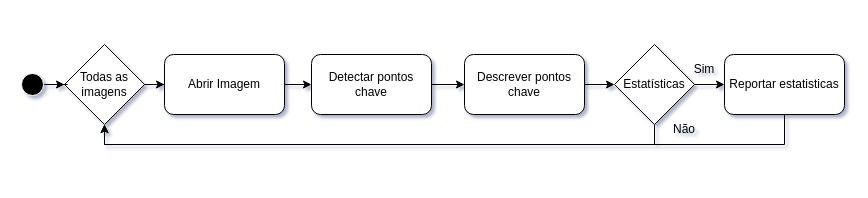
Earlier version of the draw.io diagram page "Fluxo_imagens" (3 of 6) of Untitled Diagram.drawio (tatorj/Tcc). Source tidied: cells renumbered, new cells numbered last; positions are measured from the earlier drawing's top-left corner, leaving out a move shared by most shapes. Both pictures are drawn from the tidied source at 100%, with x=0, y=0 at pixel (17, 44).
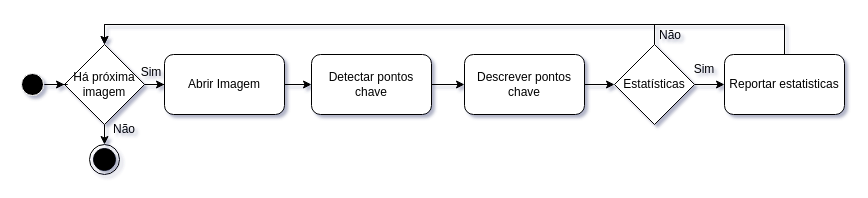
The same page after the edit.

The change refers to these unchanged cells:
```xml
<mxCell id="9" value="Reportar estatisticas" style="rounded=1;whiteSpace=wrap;html=1;" parent="1" vertex="1">
  <mxGeometry x="707" y="10" width="120" height="60" as="geometry" />
</mxCell>
<mxCell id="12" value="Estatísticas" style="rhombus;whiteSpace=wrap;html=1;" parent="1" vertex="1">
  <mxGeometry x="597" width="80" height="80" as="geometry" />
</mxCell>
```

Diff of the diagram source:
```diff
@@
-    <mxCell id="8" style="edgeStyle=orthogonalEdgeStyle;rounded=0;jettySize=auto;html=1;exitX=0.5;exitY=1;exitDx=0;exitDy=0;entryX=0.5;entryY=1;entryDx=0;entryDy=0;" parent="1" edge="1" source="9" target="14">
-      <mxGeometry relative="1" as="geometry" />
+    <mxCell id="8" style="edgeStyle=orthogonalEdgeStyle;rounded=0;jettySize=auto;html=1;exitX=0.5;exitY=0;exitDx=0;exitDy=0;entryX=0.5;entryY=0;entryDx=0;entryDy=0;" parent="1" edge="1" source="9" target="14">
+      <mxGeometry relative="1" as="geometry">
+        <Array as="points">
+          <mxPoint x="767" y="-20" />
+          <mxPoint x="87" y="-20" />
+        </Array>
+      </mxGeometry>
     </mxCell>
@@
-    <mxCell id="11" style="edgeStyle=orthogonalEdgeStyle;rounded=0;jettySize=auto;html=1;exitX=0.5;exitY=1;exitDx=0;exitDy=0;entryX=0.5;entryY=1;entryDx=0;entryDy=0;" parent="1" edge="1" source="12" target="14">
-      <mxGeometry relative="1" as="geometry" />
-    </mxCell>
+    <mxCell id="19" style="edgeStyle=orthogonalEdgeStyle;rounded=0;jettySize=auto;html=1;exitX=0.5;exitY=0;exitDx=0;exitDy=0;" parent="1" edge="1" source="12">
+      <mxGeometry relative="1" as="geometry">
+        <mxPoint x="87" as="targetPoint" />
+        <Array as="points">
+          <mxPoint x="637" y="-20" />
+          <mxPoint x="87" y="-20" />
+        </Array>
+      </mxGeometry>
+    </mxCell>
@@
+    <mxCell id="20" style="edgeStyle=orthogonalEdgeStyle;rounded=0;jettySize=auto;html=1;exitX=0.5;exitY=1;exitDx=0;exitDy=0;entryX=0.5;entryY=0;entryDx=0;entryDy=0;" parent="1" edge="1" source="14" target="22">
+      <mxGeometry relative="1" as="geometry" />
+    </mxCell>
-    <mxCell id="14" value="Todas as imagens" style="rhombus;whiteSpace=wrap;html=1;" parent="1" vertex="1">
+    <mxCell id="14" value="Há próxima imagem" style="rhombus;whiteSpace=wrap;html=1;" parent="1" vertex="1">
       <mxGeometry x="47" width="80" height="80" as="geometry" />
     </mxCell>
@@
     <mxCell id="18" value="Não" style="text;html=1;strokeColor=none;fillColor=none;align=center;verticalAlign=middle;whiteSpace=wrap;rounded=0;" parent="1" vertex="1">
-      <mxGeometry x="637" y="70" width="60" height="30" as="geometry" />
+      <mxGeometry x="623" y="-24" width="60" height="30" as="geometry" />
     </mxCell>
+    <mxCell id="21" value="Sim" style="text;html=1;strokeColor=none;fillColor=none;align=center;verticalAlign=middle;whiteSpace=wrap;rounded=0;" parent="1" vertex="1">
+      <mxGeometry x="104" y="13" width="60" height="30" as="geometry" />
+    </mxCell>
+    <mxCell id="22" style="ellipse;html=1;shape=endState;fillColor=#000000;strokeColor=#000000;" parent="1" vertex="1">
+      <mxGeometry x="72" y="100" width="30" height="30" as="geometry" />
+    </mxCell>
+    <mxCell id="23" value="Não" style="text;html=1;strokeColor=none;fillColor=none;align=center;verticalAlign=middle;whiteSpace=wrap;rounded=0;" parent="1" vertex="1">
+      <mxGeometry x="77" y="70" width="60" height="30" as="geometry" />
+    </mxCell>
```
